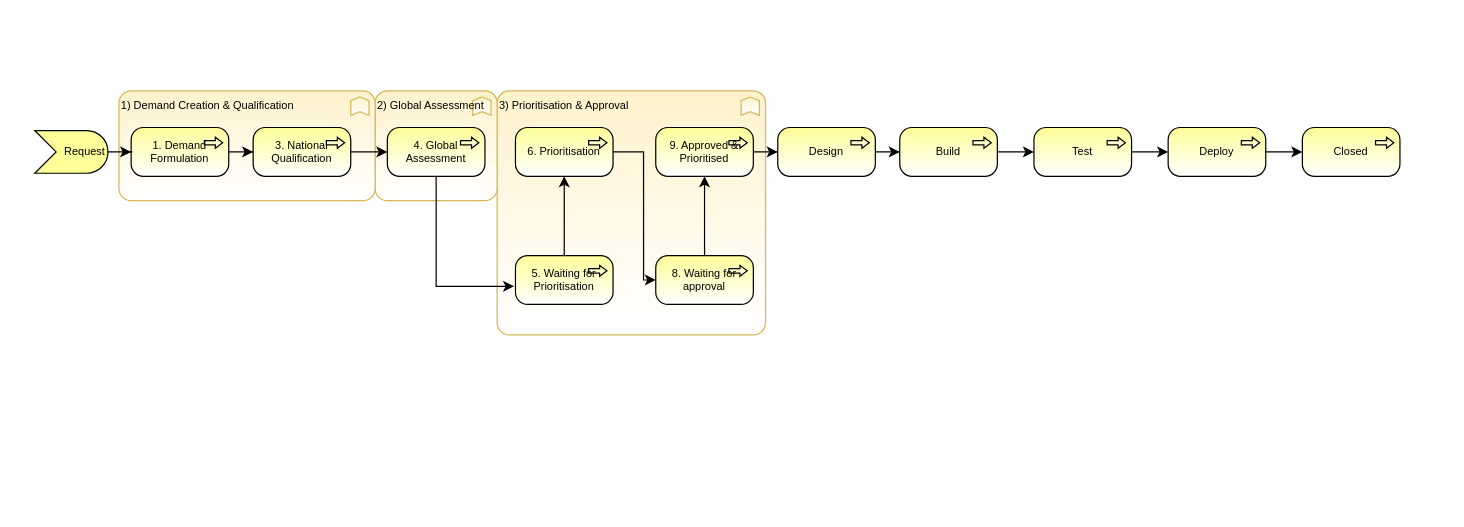
Earlier version of the draw.io diagram page "Page-1" (1 of 2) of SnowOpmf.drawio (algimas/tmp). Source tidied: cells renumbered, new cells numbered last; positions are measured from the earlier drawing's top-left corner, leaving out a move shared by most shapes. Both pictures are drawn from the tidied source at 122%, with x=0, y=0 at pixel (34, 90).
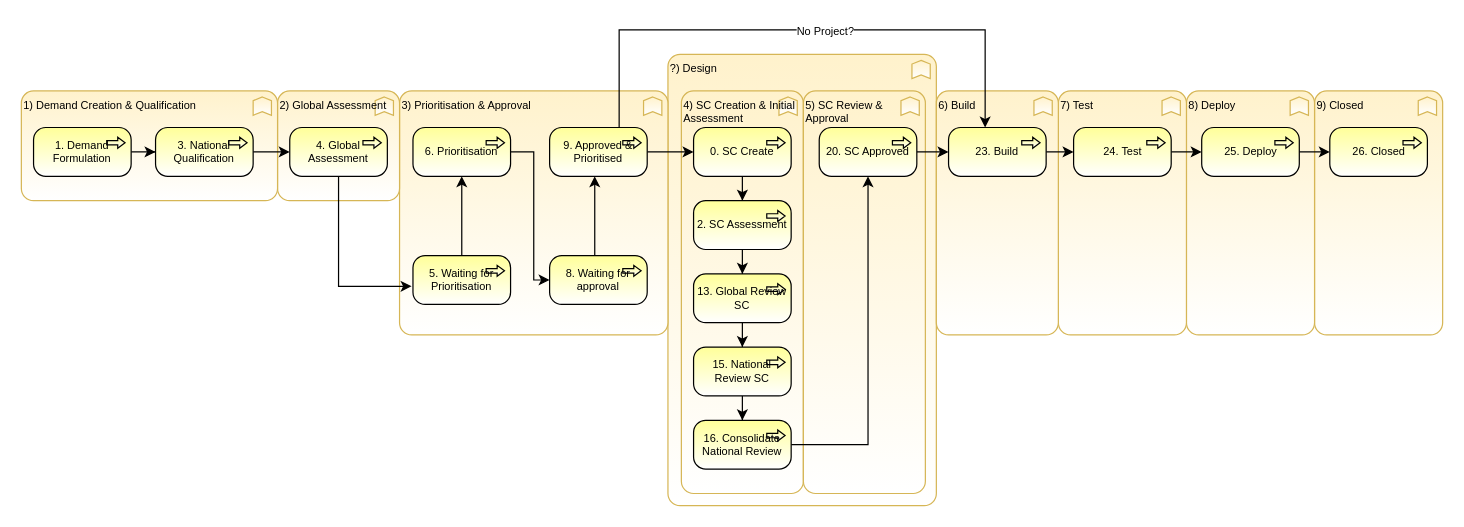
The same diagram, later.

What changed in the source:
```diff
@@
+    <mxCell id="30" value="?) Design" style="html=1;whiteSpace=wrap;fillColor=#fff2cc;shape=mxgraph.archimate3.application;appType=func;archiType=rounded;fontSize=9;align=left;strokeColor=#d6b656;gradientColor=#ffffff;verticalAlign=top;" parent="1" vertex="1">
+      <mxGeometry x="519" y="-30" width="220" height="370" as="geometry" />
+    </mxCell>
+    <mxCell id="31" value="4) SC Creation &amp;amp; Initial Assessment" style="html=1;whiteSpace=wrap;fillColor=#fff2cc;shape=mxgraph.archimate3.application;appType=func;archiType=rounded;fontSize=9;align=left;strokeColor=#d6b656;gradientColor=#ffffff;verticalAlign=top;" parent="1" vertex="1">
+      <mxGeometry x="530" width="100" height="330" as="geometry" />
+    </mxCell>
+    <mxCell id="32" value="5) SC Review &amp;amp; Approval" style="html=1;whiteSpace=wrap;fillColor=#fff2cc;shape=mxgraph.archimate3.application;appType=func;archiType=rounded;fontSize=9;align=left;strokeColor=#d6b656;gradientColor=#ffffff;verticalAlign=top;" parent="1" vertex="1">
+      <mxGeometry x="630" width="100" height="330" as="geometry" />
+    </mxCell>
+    <mxCell id="33" value="9) Closed" style="html=1;whiteSpace=wrap;fillColor=#fff2cc;shape=mxgraph.archimate3.application;appType=func;archiType=rounded;fontSize=9;align=left;strokeColor=#d6b656;gradientColor=#ffffff;verticalAlign=top;" parent="1" vertex="1">
+      <mxGeometry x="1049" width="105" height="200" as="geometry" />
+    </mxCell>
+    <mxCell id="34" value="8) Deploy" style="html=1;whiteSpace=wrap;fillColor=#fff2cc;shape=mxgraph.archimate3.application;appType=func;archiType=rounded;fontSize=9;align=left;strokeColor=#d6b656;gradientColor=#ffffff;verticalAlign=top;" parent="1" vertex="1">
+      <mxGeometry x="944" width="105" height="200" as="geometry" />
+    </mxCell>
+    <mxCell id="35" value="7) Test" style="html=1;whiteSpace=wrap;fillColor=#fff2cc;shape=mxgraph.archimate3.application;appType=func;archiType=rounded;fontSize=9;align=left;strokeColor=#d6b656;gradientColor=#ffffff;verticalAlign=top;" parent="1" vertex="1">
+      <mxGeometry x="839" width="105" height="200" as="geometry" />
+    </mxCell>
+    <mxCell id="36" value="6) Build" style="html=1;whiteSpace=wrap;fillColor=#fff2cc;shape=mxgraph.archimate3.application;appType=func;archiType=rounded;fontSize=9;align=left;strokeColor=#d6b656;gradientColor=#ffffff;verticalAlign=top;" parent="1" vertex="1">
+      <mxGeometry x="739" width="100" height="200" as="geometry" />
+    </mxCell>
     <mxCell id="2" value="3) Prioritisation &amp;amp; Approval" style="html=1;whiteSpace=wrap;fillColor=#fff2cc;shape=mxgraph.archimate3.application;appType=func;archiType=rounded;fontSize=9;align=left;strokeColor=#d6b656;gradientColor=#ffffff;verticalAlign=top;" parent="1" vertex="1">
-      <mxGeometry x="379" width="220" height="200" as="geometry" />
+      <mxGeometry x="299" width="220" height="200" as="geometry" />
     </mxCell>
     <mxCell id="3" value="2) Global Assessment" style="html=1;whiteSpace=wrap;fillColor=#fff2cc;shape=mxgraph.archimate3.application;appType=func;archiType=rounded;fontSize=9;align=left;strokeColor=#d6b656;gradientColor=#ffffff;verticalAlign=top;" parent="1" vertex="1">
-      <mxGeometry x="279" width="100" height="90" as="geometry" />
+      <mxGeometry x="199" width="100" height="90" as="geometry" />
     </mxCell>
     <mxCell id="4" value="1) Demand Creation &amp;amp; Qualification" style="html=1;whiteSpace=wrap;fillColor=#fff2cc;shape=mxgraph.archimate3.application;appType=func;archiType=rounded;fontSize=9;align=left;strokeColor=#d6b656;gradientColor=#ffffff;verticalAlign=top;" parent="1" vertex="1">
-      <mxGeometry x="69" width="210" height="90" as="geometry" />
+      <mxGeometry x="-11" width="210" height="90" as="geometry" />
     </mxCell>
@@
     <mxCell id="6" value="1. Demand Formulation" style="html=1;outlineConnect=0;whiteSpace=wrap;fillColor=#ffff99;shape=mxgraph.archimate3.application;appType=proc;archiType=rounded;gradientColor=#ffffff;fontSize=9;verticalAlign=middle;align=center;" parent="1" vertex="1">
-      <mxGeometry x="79" y="30" width="80" height="40" as="geometry" />
+      <mxGeometry x="-1" y="30" width="80" height="40" as="geometry" />
     </mxCell>
@@
     <mxCell id="8" value="3. National Qualification" style="html=1;outlineConnect=0;whiteSpace=wrap;fillColor=#ffff99;shape=mxgraph.archimate3.application;appType=proc;archiType=rounded;gradientColor=#ffffff;fontSize=9;" parent="1" vertex="1">
-      <mxGeometry x="179" y="30" width="80" height="40" as="geometry" />
+      <mxGeometry x="99" y="30" width="80" height="40" as="geometry" />
     </mxCell>
     <mxCell id="9" style="edgeStyle=orthogonalEdgeStyle;rounded=0;jettySize=auto;html=1;fontSize=9;entryX=-0.014;entryY=0.629;entryDx=0;entryDy=0;entryPerimeter=0;exitX=0.5;exitY=1;exitDx=0;exitDy=0;exitPerimeter=0;" parent="1" edge="1" source="10" target="27">
       <mxGeometry relative="1" as="geometry">
         <Array as="points">
-          <mxPoint x="329" y="160" />
+          <mxPoint x="249" y="160" />
         </Array>
       </mxGeometry>
     </mxCell>
     <mxCell id="10" value="4. Global Assessment" style="html=1;outlineConnect=0;whiteSpace=wrap;fillColor=#ffff99;shape=mxgraph.archimate3.application;appType=proc;archiType=rounded;gradientColor=#ffffff;fontSize=9;" parent="1" vertex="1">
-      <mxGeometry x="289" y="30" width="80" height="40" as="geometry" />
+      <mxGeometry x="209" y="30" width="80" height="40" as="geometry" />
     </mxCell>
     <mxCell id="11" style="edgeStyle=orthogonalEdgeStyle;rounded=0;jettySize=auto;html=1;fontSize=9;entryX=0;entryY=0.5;entryDx=0;entryDy=0;entryPerimeter=0;" parent="1" edge="1" source="12" target="29">
       <mxGeometry relative="1" as="geometry">
         <Array as="points">
-          <mxPoint x="499" y="50" />
-          <mxPoint x="499" y="155" />
+          <mxPoint x="409" y="50" />
+          <mxPoint x="409" y="155" />
         </Array>
       </mxGeometry>
     </mxCell>
     <mxCell id="12" value="6. Prioritisation" style="html=1;outlineConnect=0;whiteSpace=wrap;fillColor=#ffff99;shape=mxgraph.archimate3.application;appType=proc;archiType=rounded;gradientColor=#ffffff;fontSize=9;" parent="1" vertex="1">
-      <mxGeometry x="394" y="30" width="80" height="40" as="geometry" />
+      <mxGeometry x="310" y="30" width="80" height="40" as="geometry" />
     </mxCell>
-    <mxCell id="13" style="edgeStyle=orthogonalEdgeStyle;rounded=0;jettySize=auto;html=1;fontSize=9;" parent="1" edge="1" source="14" target="16">
-      <mxGeometry relative="1" as="geometry" />
+    <mxCell id="13" style="edgeStyle=orthogonalEdgeStyle;rounded=0;jettySize=auto;html=1;fontSize=9;" parent="1" edge="1" source="14" target="18">
+      <mxGeometry relative="1" as="geometry">
+        <Array as="points">
+          <mxPoint x="479" y="-50" />
+          <mxPoint x="779" y="-50" />
+        </Array>
+      </mxGeometry>
     </mxCell>
+    <mxCell id="37" value="No Project?" style="edgeLabel;html=1;align=center;verticalAlign=middle;fontSize=9;" parent="13" vertex="1">
+      <mxGeometry x="0.08" y="-1" relative="1" as="geometry" />
+    </mxCell>
+    <mxCell id="38" style="edgeStyle=orthogonalEdgeStyle;rounded=0;jettySize=auto;html=1;fontSize=9;entryX=0;entryY=0.5;entryDx=0;entryDy=0;entryPerimeter=0;" parent="1" edge="1" source="14" target="40">
+      <mxGeometry relative="1" as="geometry" />
+    </mxCell>
     <mxCell id="14" value="9. Approved &amp;amp; Prioritised" style="html=1;outlineConnect=0;whiteSpace=wrap;fillColor=#ffff99;shape=mxgraph.archimate3.application;appType=proc;archiType=rounded;gradientColor=#ffffff;fontSize=9;" parent="1" vertex="1">
-      <mxGeometry x="509" y="30" width="80" height="40" as="geometry" />
+      <mxGeometry x="422" y="30" width="80" height="40" as="geometry" />
     </mxCell>
@@
-    <mxCell id="16" value="Design" style="html=1;outlineConnect=0;whiteSpace=wrap;fillColor=#ffff99;shape=mxgraph.archimate3.application;appType=proc;archiType=rounded;gradientColor=#ffffff;fontSize=9;" parent="1" vertex="1">
-      <mxGeometry x="609" y="30" width="80" height="40" as="geometry" />
+    <mxCell id="16" value="20. SC Approved" style="html=1;outlineConnect=0;whiteSpace=wrap;fillColor=#ffff99;shape=mxgraph.archimate3.application;appType=proc;archiType=rounded;gradientColor=#ffffff;fontSize=9;" parent="1" vertex="1">
+      <mxGeometry x="643" y="30" width="80" height="40" as="geometry" />
     </mxCell>
@@
-    <mxCell id="18" value="Build" style="html=1;outlineConnect=0;whiteSpace=wrap;fillColor=#ffff99;shape=mxgraph.archimate3.application;appType=proc;archiType=rounded;gradientColor=#ffffff;fontSize=9;" parent="1" vertex="1">
-      <mxGeometry x="709" y="30" width="80" height="40" as="geometry" />
+    <mxCell id="18" value="23. Build" style="html=1;outlineConnect=0;whiteSpace=wrap;fillColor=#ffff99;shape=mxgraph.archimate3.application;appType=proc;archiType=rounded;gradientColor=#ffffff;fontSize=9;" parent="1" vertex="1">
+      <mxGeometry x="749" y="30" width="80" height="40" as="geometry" />
     </mxCell>
@@
-    <mxCell id="20" value="Test" style="html=1;outlineConnect=0;whiteSpace=wrap;fillColor=#ffff99;shape=mxgraph.archimate3.application;appType=proc;archiType=rounded;gradientColor=#ffffff;fontSize=9;" parent="1" vertex="1">
-      <mxGeometry x="819" y="30" width="80" height="40" as="geometry" />
+    <mxCell id="20" value="24. Test" style="html=1;outlineConnect=0;whiteSpace=wrap;fillColor=#ffff99;shape=mxgraph.archimate3.application;appType=proc;archiType=rounded;gradientColor=#ffffff;fontSize=9;" parent="1" vertex="1">
+      <mxGeometry x="851.5" y="30" width="80" height="40" as="geometry" />
     </mxCell>
@@
-    <mxCell id="22" value="Deploy" style="html=1;outlineConnect=0;whiteSpace=wrap;fillColor=#ffff99;shape=mxgraph.archimate3.application;appType=proc;archiType=rounded;gradientColor=#ffffff;fontSize=9;" parent="1" vertex="1">
-      <mxGeometry x="929" y="30" width="80" height="40" as="geometry" />
+    <mxCell id="22" value="25. Deploy" style="html=1;outlineConnect=0;whiteSpace=wrap;fillColor=#ffff99;shape=mxgraph.archimate3.application;appType=proc;archiType=rounded;gradientColor=#ffffff;fontSize=9;" parent="1" vertex="1">
+      <mxGeometry x="956.5" y="30" width="80" height="40" as="geometry" />
     </mxCell>
-    <mxCell id="23" value="Closed" style="html=1;outlineConnect=0;whiteSpace=wrap;fillColor=#ffff99;shape=mxgraph.archimate3.application;appType=proc;archiType=rounded;gradientColor=#ffffff;fontSize=9;" parent="1" vertex="1">
-      <mxGeometry x="1039" y="30" width="80" height="40" as="geometry" />
+    <mxCell id="23" value="26. Closed" style="html=1;outlineConnect=0;whiteSpace=wrap;fillColor=#ffff99;shape=mxgraph.archimate3.application;appType=proc;archiType=rounded;gradientColor=#ffffff;fontSize=9;" parent="1" vertex="1">
+      <mxGeometry x="1061.5" y="30" width="80" height="40" as="geometry" />
     </mxCell>
-    <mxCell id="24" style="edgeStyle=orthogonalEdgeStyle;rounded=0;jettySize=auto;html=1;fontSize=9;" parent="1" edge="1" source="25" target="6">
-      <mxGeometry relative="1" as="geometry" />
-    </mxCell>
-    <mxCell id="25" value="Request" style="html=1;outlineConnect=0;whiteSpace=wrap;fillColor=#ffff99;shape=mxgraph.archimate3.event;fontSize=9;align=right;" parent="1" vertex="1">
-      <mxGeometry y="32.5" width="60" height="35" as="geometry" />
-    </mxCell>
@@
     <mxCell id="27" value="5. Waiting for Prioritisation" style="html=1;outlineConnect=0;whiteSpace=wrap;fillColor=#ffff99;shape=mxgraph.archimate3.application;appType=proc;archiType=rounded;gradientColor=#ffffff;fontSize=9;" parent="1" vertex="1">
-      <mxGeometry x="394" y="135" width="80" height="40" as="geometry" />
+      <mxGeometry x="310" y="135" width="80" height="40" as="geometry" />
     </mxCell>
     <mxCell id="28" style="edgeStyle=orthogonalEdgeStyle;rounded=0;jettySize=auto;html=1;fontSize=9;" parent="1" edge="1" source="29" target="14">
-      <mxGeometry relative="1" as="geometry" />
+      <mxGeometry relative="1" as="geometry">
+        <Array as="points">
+          <mxPoint x="459" y="110" />
+          <mxPoint x="459" y="110" />
+        </Array>
+      </mxGeometry>
     </mxCell>
     <mxCell id="29" value="8. Waiting for approval" style="html=1;outlineConnect=0;whiteSpace=wrap;fillColor=#ffff99;shape=mxgraph.archimate3.application;appType=proc;archiType=rounded;gradientColor=#ffffff;fontSize=9;" parent="1" vertex="1">
-      <mxGeometry x="509" y="135" width="80" height="40" as="geometry" />
+      <mxGeometry x="422" y="135" width="80" height="40" as="geometry" />
     </mxCell>
+    <mxCell id="39" style="edgeStyle=orthogonalEdgeStyle;rounded=0;jettySize=auto;html=1;fontSize=9;" parent="1" edge="1" source="40" target="42">
+      <mxGeometry relative="1" as="geometry" />
+    </mxCell>
+    <mxCell id="40" value="0. SC Create" style="html=1;outlineConnect=0;whiteSpace=wrap;fillColor=#ffff99;shape=mxgraph.archimate3.application;appType=proc;archiType=rounded;gradientColor=#ffffff;fontSize=9;" parent="1" vertex="1">
+      <mxGeometry x="540" y="30" width="80" height="40" as="geometry" />
+    </mxCell>
+    <mxCell id="41" style="edgeStyle=orthogonalEdgeStyle;rounded=0;jettySize=auto;html=1;fontSize=9;" parent="1" edge="1" source="42" target="44">
+      <mxGeometry relative="1" as="geometry" />
+    </mxCell>
+    <mxCell id="42" value="2. SC Assessment" style="html=1;outlineConnect=0;whiteSpace=wrap;fillColor=#ffff99;shape=mxgraph.archimate3.application;appType=proc;archiType=rounded;gradientColor=#ffffff;fontSize=9;" parent="1" vertex="1">
+      <mxGeometry x="540" y="90" width="80" height="40" as="geometry" />
+    </mxCell>
+    <mxCell id="43" style="edgeStyle=orthogonalEdgeStyle;rounded=0;jettySize=auto;html=1;fontSize=9;" parent="1" edge="1" source="44" target="46">
+      <mxGeometry relative="1" as="geometry" />
+    </mxCell>
+    <mxCell id="44" value="13. Global Review SC" style="html=1;outlineConnect=0;whiteSpace=wrap;fillColor=#ffff99;shape=mxgraph.archimate3.application;appType=proc;archiType=rounded;gradientColor=#ffffff;fontSize=9;" parent="1" vertex="1">
+      <mxGeometry x="540" y="150" width="80" height="40" as="geometry" />
+    </mxCell>
+    <mxCell id="45" style="edgeStyle=orthogonalEdgeStyle;rounded=0;jettySize=auto;html=1;fontSize=9;" parent="1" edge="1" source="46" target="48">
+      <mxGeometry relative="1" as="geometry" />
+    </mxCell>
+    <mxCell id="46" value="15. National Review SC" style="html=1;outlineConnect=0;whiteSpace=wrap;fillColor=#ffff99;shape=mxgraph.archimate3.application;appType=proc;archiType=rounded;gradientColor=#ffffff;fontSize=9;" parent="1" vertex="1">
+      <mxGeometry x="540" y="210" width="80" height="40" as="geometry" />
+    </mxCell>
+    <mxCell id="47" style="edgeStyle=orthogonalEdgeStyle;rounded=0;jettySize=auto;html=1;fontSize=9;" parent="1" edge="1" source="48" target="16">
+      <mxGeometry relative="1" as="geometry" />
+    </mxCell>
+    <mxCell id="48" value="16. Consolidate National Review" style="html=1;outlineConnect=0;whiteSpace=wrap;fillColor=#ffff99;shape=mxgraph.archimate3.application;appType=proc;archiType=rounded;gradientColor=#ffffff;fontSize=9;" parent="1" vertex="1">
+      <mxGeometry x="540" y="270" width="80" height="40" as="geometry" />
+    </mxCell>
```
